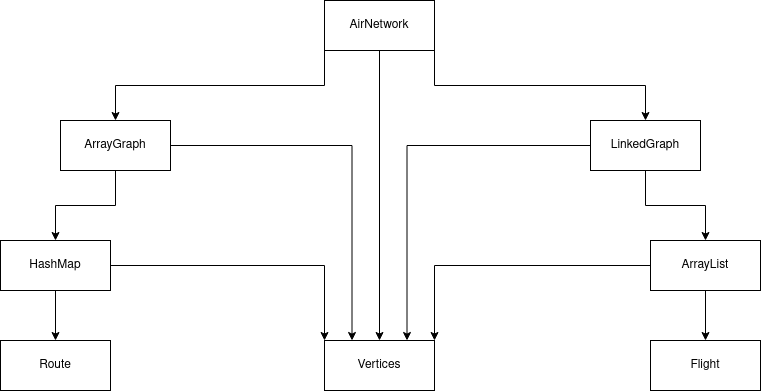
Before: diagram.png, a diagram exported from draw.io (Akles-Camoleze/airport). Source tidied: cells renumbered, new cells last; positions are measured from the earlier drawing's top-left corner, leaving out a move shared by most shapes. The source it was exported from:
```xml
<mxGraphModel>
  <root>
    <mxCell id="0" />
    <mxCell id="1" parent="0" />
    <mxCell id="2" style="edgeStyle=orthogonalEdgeStyle;rounded=0;jettySize=auto;html=1;exitX=0;exitY=1;exitDx=0;exitDy=0;" parent="1" edge="1" source="5" target="8">
      <mxGeometry relative="1" as="geometry" />
    </mxCell>
    <mxCell id="3" style="edgeStyle=orthogonalEdgeStyle;rounded=0;jettySize=auto;html=1;exitX=1;exitY=1;exitDx=0;exitDy=0;" parent="1" edge="1" source="5" target="11">
      <mxGeometry relative="1" as="geometry" />
    </mxCell>
    <mxCell id="4" style="edgeStyle=orthogonalEdgeStyle;rounded=0;jettySize=auto;html=1;entryX=0.5;entryY=0;entryDx=0;entryDy=0;" parent="1" edge="1" source="5" target="18">
      <mxGeometry relative="1" as="geometry" />
    </mxCell>
    <mxCell id="5" value="AirNetwork" style="html=1;whiteSpace=wrap;" parent="1" vertex="1">
      <mxGeometry x="324" width="110" height="50" as="geometry" />
    </mxCell>
    <mxCell id="6" style="edgeStyle=orthogonalEdgeStyle;rounded=0;jettySize=auto;html=1;exitX=0.5;exitY=1;exitDx=0;exitDy=0;entryX=0.5;entryY=0;entryDx=0;entryDy=0;" parent="1" edge="1" source="8" target="14">
      <mxGeometry relative="1" as="geometry" />
    </mxCell>
    <mxCell id="7" style="edgeStyle=orthogonalEdgeStyle;rounded=0;jettySize=auto;html=1;exitX=1;exitY=0.5;exitDx=0;exitDy=0;entryX=0.25;entryY=0;entryDx=0;entryDy=0;" parent="1" edge="1" source="8" target="18">
      <mxGeometry relative="1" as="geometry" />
    </mxCell>
    <mxCell id="8" value="&lt;div&gt;ArrayGraph&lt;/div&gt;" style="html=1;whiteSpace=wrap;" parent="1" vertex="1">
      <mxGeometry x="60" y="120" width="110" height="50" as="geometry" />
    </mxCell>
    <mxCell id="9" style="edgeStyle=orthogonalEdgeStyle;rounded=0;jettySize=auto;html=1;exitX=0.5;exitY=1;exitDx=0;exitDy=0;entryX=0.5;entryY=0;entryDx=0;entryDy=0;" parent="1" edge="1" source="11" target="17">
      <mxGeometry relative="1" as="geometry" />
    </mxCell>
    <mxCell id="10" style="edgeStyle=orthogonalEdgeStyle;rounded=0;jettySize=auto;html=1;exitX=0;exitY=0.5;exitDx=0;exitDy=0;entryX=0.75;entryY=0;entryDx=0;entryDy=0;" parent="1" edge="1" source="11" target="18">
      <mxGeometry relative="1" as="geometry" />
    </mxCell>
    <mxCell id="11" value="&lt;div&gt;LinkedGraph&lt;/div&gt;" style="html=1;whiteSpace=wrap;" parent="1" vertex="1">
      <mxGeometry x="590" y="120" width="110" height="50" as="geometry" />
    </mxCell>
    <mxCell id="12" style="edgeStyle=orthogonalEdgeStyle;rounded=0;jettySize=auto;html=1;exitX=0.5;exitY=1;exitDx=0;exitDy=0;entryX=0.5;entryY=0;entryDx=0;entryDy=0;" parent="1" edge="1" source="14" target="19">
      <mxGeometry relative="1" as="geometry" />
    </mxCell>
    <mxCell id="13" style="edgeStyle=orthogonalEdgeStyle;rounded=0;jettySize=auto;html=1;entryX=0;entryY=0;entryDx=0;entryDy=0;" parent="1" edge="1" source="14" target="18">
      <mxGeometry relative="1" as="geometry" />
    </mxCell>
    <mxCell id="14" value="HashMap" style="html=1;whiteSpace=wrap;" parent="1" vertex="1">
      <mxGeometry y="240" width="110" height="50" as="geometry" />
    </mxCell>
    <mxCell id="15" style="edgeStyle=orthogonalEdgeStyle;rounded=0;jettySize=auto;html=1;exitX=0.5;exitY=1;exitDx=0;exitDy=0;entryX=0.5;entryY=0;entryDx=0;entryDy=0;" parent="1" edge="1" source="17" target="20">
      <mxGeometry relative="1" as="geometry" />
    </mxCell>
    <mxCell id="16" style="edgeStyle=orthogonalEdgeStyle;rounded=0;jettySize=auto;html=1;exitX=0;exitY=0.5;exitDx=0;exitDy=0;entryX=1;entryY=0;entryDx=0;entryDy=0;" parent="1" edge="1" source="17" target="18">
      <mxGeometry relative="1" as="geometry" />
    </mxCell>
    <mxCell id="17" value="ArrayList" style="html=1;whiteSpace=wrap;" parent="1" vertex="1">
      <mxGeometry x="650" y="240" width="110" height="50" as="geometry" />
    </mxCell>
    <mxCell id="18" value="Vertices" style="html=1;whiteSpace=wrap;" parent="1" vertex="1">
      <mxGeometry x="324" y="340" width="110" height="50" as="geometry" />
    </mxCell>
    <mxCell id="19" value="Route" style="html=1;whiteSpace=wrap;" parent="1" vertex="1">
      <mxGeometry y="340" width="110" height="50" as="geometry" />
    </mxCell>
    <mxCell id="20" value="Flight" style="html=1;whiteSpace=wrap;" parent="1" vertex="1">
      <mxGeometry x="650" y="340" width="110" height="50" as="geometry" />
    </mxCell>
  </root>
</mxGraphModel>
```
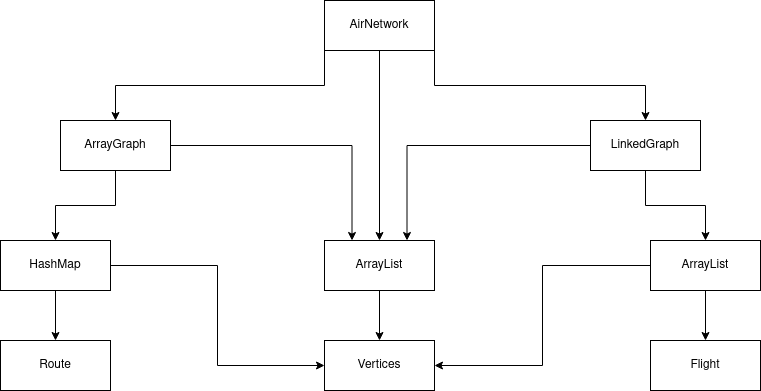
Above is the later version.

Diff of the diagram source:
```diff
@@ -8,16 +8,16 @@
     <mxCell id="3" style="edgeStyle=orthogonalEdgeStyle;rounded=0;jettySize=auto;html=1;exitX=1;exitY=1;exitDx=0;exitDy=0;" parent="1" edge="1" source="5" target="11">
       <mxGeometry relative="1" as="geometry" />
     </mxCell>
-    <mxCell id="4" style="edgeStyle=orthogonalEdgeStyle;rounded=0;jettySize=auto;html=1;entryX=0.5;entryY=0;entryDx=0;entryDy=0;" parent="1" edge="1" source="5" target="18">
-      <mxGeometry relative="1" as="geometry" />
-    </mxCell>
+    <mxCell id="21" style="edgeStyle=orthogonalEdgeStyle;rounded=0;jettySize=auto;html=1;exitX=0.5;exitY=1;exitDx=0;exitDy=0;entryX=0.5;entryY=0;entryDx=0;entryDy=0;" parent="1" edge="1" source="5" target="23">
+      <mxGeometry relative="1" as="geometry" />
+    </mxCell>
     <mxCell id="5" value="AirNetwork" style="html=1;whiteSpace=wrap;" parent="1" vertex="1">
       <mxGeometry x="324" width="110" height="50" as="geometry" />
     </mxCell>
     <mxCell id="6" style="edgeStyle=orthogonalEdgeStyle;rounded=0;jettySize=auto;html=1;exitX=0.5;exitY=1;exitDx=0;exitDy=0;entryX=0.5;entryY=0;entryDx=0;entryDy=0;" parent="1" edge="1" source="8" target="14">
       <mxGeometry relative="1" as="geometry" />
     </mxCell>
-    <mxCell id="7" style="edgeStyle=orthogonalEdgeStyle;rounded=0;jettySize=auto;html=1;exitX=1;exitY=0.5;exitDx=0;exitDy=0;entryX=0.25;entryY=0;entryDx=0;entryDy=0;" parent="1" edge="1" source="8" target="18">
+    <mxCell id="7" style="edgeStyle=orthogonalEdgeStyle;rounded=0;jettySize=auto;html=1;exitX=1;exitY=0.5;exitDx=0;exitDy=0;entryX=0.25;entryY=0;entryDx=0;entryDy=0;" parent="1" edge="1" source="8" target="23">
       <mxGeometry relative="1" as="geometry" />
     </mxCell>
     <mxCell id="8" value="&lt;div&gt;ArrayGraph&lt;/div&gt;" style="html=1;whiteSpace=wrap;" parent="1" vertex="1">
@@ -26,7 +26,7 @@
     <mxCell id="9" style="edgeStyle=orthogonalEdgeStyle;rounded=0;jettySize=auto;html=1;exitX=0.5;exitY=1;exitDx=0;exitDy=0;entryX=0.5;entryY=0;entryDx=0;entryDy=0;" parent="1" edge="1" source="11" target="17">
       <mxGeometry relative="1" as="geometry" />
     </mxCell>
-    <mxCell id="10" style="edgeStyle=orthogonalEdgeStyle;rounded=0;jettySize=auto;html=1;exitX=0;exitY=0.5;exitDx=0;exitDy=0;entryX=0.75;entryY=0;entryDx=0;entryDy=0;" parent="1" edge="1" source="11" target="18">
+    <mxCell id="10" style="edgeStyle=orthogonalEdgeStyle;rounded=0;jettySize=auto;html=1;exitX=0;exitY=0.5;exitDx=0;exitDy=0;entryX=0.75;entryY=0;entryDx=0;entryDy=0;" parent="1" edge="1" source="11" target="23">
       <mxGeometry relative="1" as="geometry" />
     </mxCell>
     <mxCell id="11" value="&lt;div&gt;LinkedGraph&lt;/div&gt;" style="html=1;whiteSpace=wrap;" parent="1" vertex="1">
@@ -35,7 +35,7 @@
     <mxCell id="12" style="edgeStyle=orthogonalEdgeStyle;rounded=0;jettySize=auto;html=1;exitX=0.5;exitY=1;exitDx=0;exitDy=0;entryX=0.5;entryY=0;entryDx=0;entryDy=0;" parent="1" edge="1" source="14" target="19">
       <mxGeometry relative="1" as="geometry" />
     </mxCell>
-    <mxCell id="13" style="edgeStyle=orthogonalEdgeStyle;rounded=0;jettySize=auto;html=1;entryX=0;entryY=0;entryDx=0;entryDy=0;" parent="1" edge="1" source="14" target="18">
+    <mxCell id="13" style="edgeStyle=orthogonalEdgeStyle;rounded=0;jettySize=auto;html=1;entryX=0;entryY=0.5;entryDx=0;entryDy=0;" parent="1" edge="1" source="14" target="18">
       <mxGeometry relative="1" as="geometry" />
     </mxCell>
     <mxCell id="14" value="HashMap" style="html=1;whiteSpace=wrap;" parent="1" vertex="1">
@@ -44,7 +44,7 @@
     <mxCell id="15" style="edgeStyle=orthogonalEdgeStyle;rounded=0;jettySize=auto;html=1;exitX=0.5;exitY=1;exitDx=0;exitDy=0;entryX=0.5;entryY=0;entryDx=0;entryDy=0;" parent="1" edge="1" source="17" target="20">
       <mxGeometry relative="1" as="geometry" />
     </mxCell>
-    <mxCell id="16" style="edgeStyle=orthogonalEdgeStyle;rounded=0;jettySize=auto;html=1;exitX=0;exitY=0.5;exitDx=0;exitDy=0;entryX=1;entryY=0;entryDx=0;entryDy=0;" parent="1" edge="1" source="17" target="18">
+    <mxCell id="16" style="edgeStyle=orthogonalEdgeStyle;rounded=0;jettySize=auto;html=1;entryX=1;entryY=0.5;entryDx=0;entryDy=0;" parent="1" edge="1" source="17" target="18">
       <mxGeometry relative="1" as="geometry" />
     </mxCell>
     <mxCell id="17" value="ArrayList" style="html=1;whiteSpace=wrap;" parent="1" vertex="1">
@@ -59,5 +59,11 @@
     <mxCell id="20" value="Flight" style="html=1;whiteSpace=wrap;" parent="1" vertex="1">
       <mxGeometry x="650" y="340" width="110" height="50" as="geometry" />
     </mxCell>
+    <mxCell id="22" style="edgeStyle=orthogonalEdgeStyle;rounded=0;jettySize=auto;html=1;exitX=0.5;exitY=1;exitDx=0;exitDy=0;" parent="1" edge="1" source="23" target="18">
+      <mxGeometry relative="1" as="geometry" />
+    </mxCell>
+    <mxCell id="23" value="ArrayList" style="html=1;whiteSpace=wrap;" parent="1" vertex="1">
+      <mxGeometry x="324" y="240" width="110" height="50" as="geometry" />
+    </mxCell>
   </root>
 </mxGraphModel>
```
